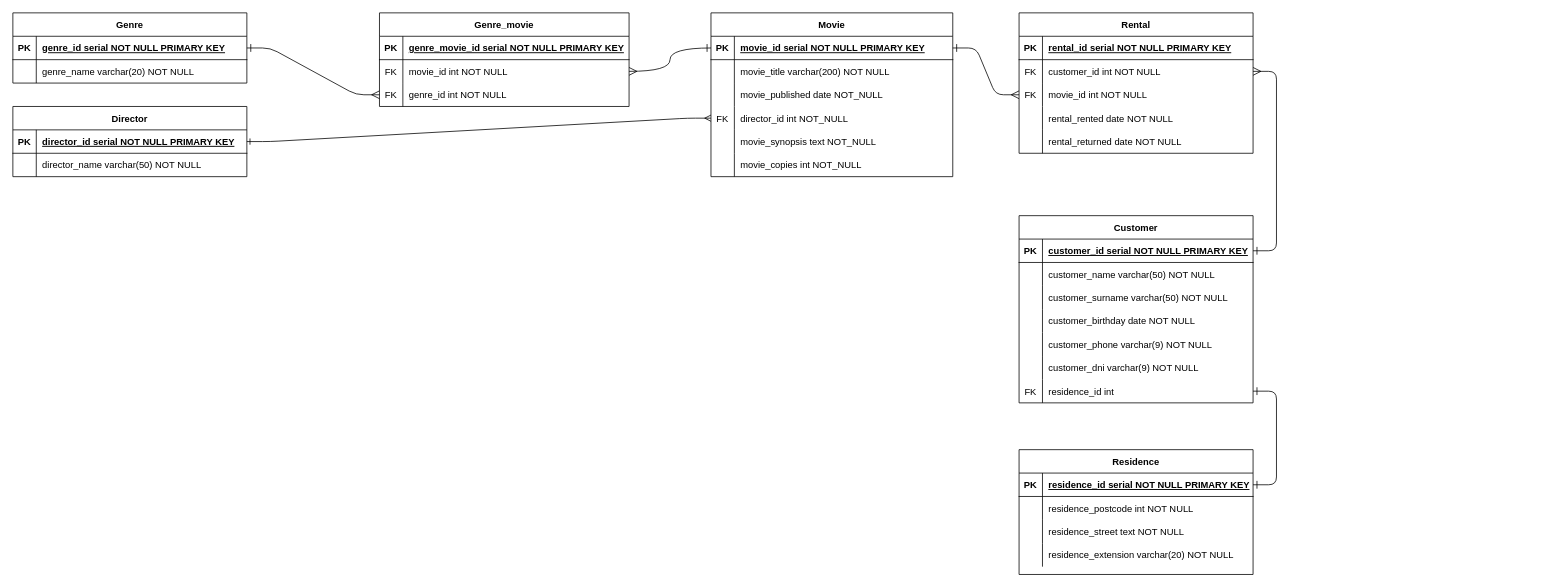
Above: Videoclub.drawio in DEVgotti/sql-practica (draw.io), before the change. Source tidied: cells renumbered, new cells numbered last; positions are measured from the earlier drawing's top-left corner, leaving out a move shared by most shapes. Both pictures are drawn from the tidied source at 78%, with x=0, y=0 at pixel (12, 12).
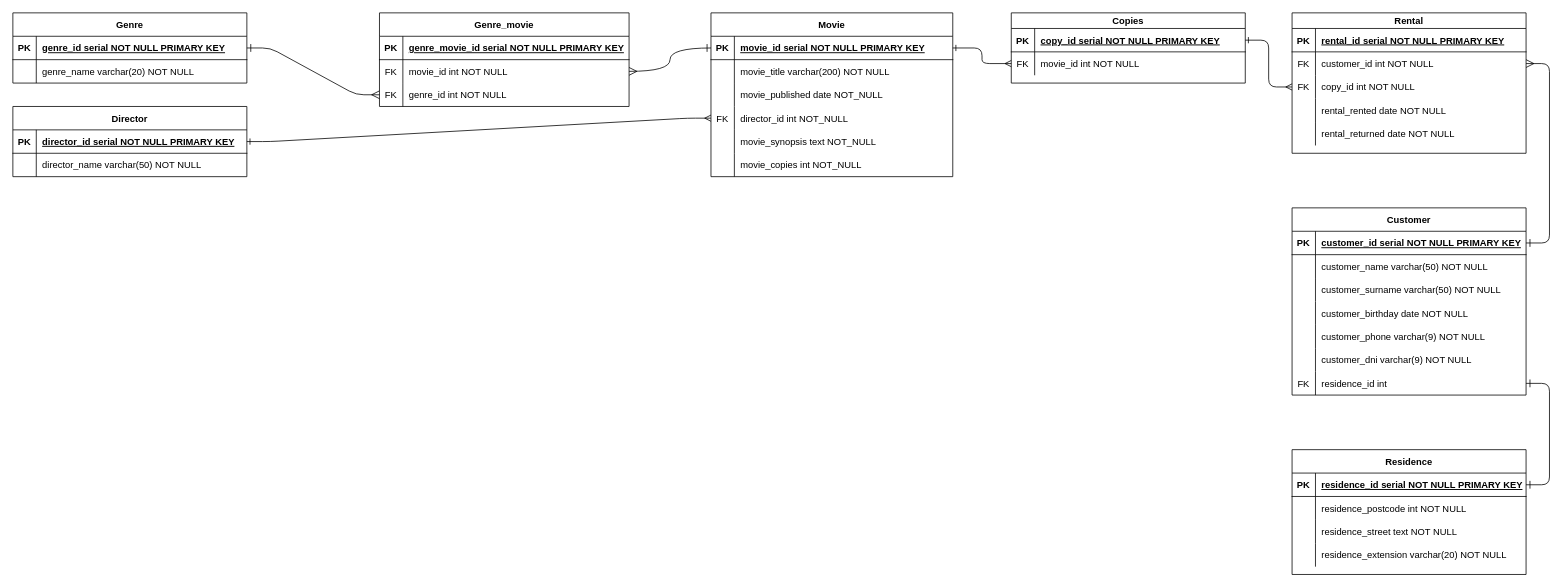
The same page after the edit.

Commit message (it also covers changes not shown here):
Videoclub actualizado

The change refers to these unchanged cells:
```xml
<mxCell id="3" style="shape=partialRectangle;fillColor=none;points=[[0,0.5],[1,0.5]];portConstraint=eastwest;top=0;left=0;right=0;bottom=1;" parent="2" vertex="1">
  <mxGeometry y="30" width="310" height="30" as="geometry" />
</mxCell>
```

Diff of the diagram source:
```diff
@@
-    <mxCell id="21" value="Rental" style="shape=table;startSize=30;childLayout=tableLayout;rowLines=0;fontStyle=1;align=center;" parent="1" vertex="1">
-      <mxGeometry x="1290" width="300" height="180" as="geometry" />
+    <mxCell id="21" value="Rental" style="shape=table;startSize=20;childLayout=tableLayout;rowLines=0;fontStyle=1;align=center;" parent="1" vertex="1">
+      <mxGeometry x="1640" width="300" height="180" as="geometry" />
     </mxCell>
     <mxCell id="22" style="shape=partialRectangle;fillColor=none;top=0;left=0;right=0;bottom=1;" parent="21" vertex="1">
-      <mxGeometry y="30" width="300" height="30" as="geometry" />
+      <mxGeometry y="20" width="300" height="30" as="geometry" />
     </mxCell>
@@
     <mxCell id="25" style="shape=partialRectangle;fillColor=none;points=[[0,0.5],[1,0.5]];portConstraint=eastwest;top=0;left=0;right=0;bottom=0;" parent="21" vertex="1">
-      <mxGeometry y="60" width="300" height="30" as="geometry" />
+      <mxGeometry y="50" width="300" height="30" as="geometry" />
     </mxCell>
@@
     <mxCell id="28" style="shape=partialRectangle;fillColor=none;points=[[0,0.5],[1,0.5]];portConstraint=eastwest;top=0;left=0;right=0;bottom=0;" parent="21" vertex="1">
-      <mxGeometry y="90" width="300" height="30" as="geometry" />
+      <mxGeometry y="80" width="300" height="30" as="geometry" />
     </mxCell>
@@
-    <mxCell id="30" value="movie_id int NOT NULL" style="shape=partialRectangle;overflow=hidden;fillColor=none;top=0;left=0;bottom=0;right=0;align=left;spacingLeft=6;" parent="28" vertex="1">
+    <mxCell id="30" value="copy_id int NOT NULL" style="shape=partialRectangle;overflow=hidden;fillColor=none;top=0;left=0;bottom=0;right=0;align=left;spacingLeft=6;" parent="28" vertex="1">
       <mxGeometry x="30" width="270" height="30" as="geometry" />
     </mxCell>
     <mxCell id="31" style="shape=partialRectangle;fillColor=none;top=0;left=0;right=0;bottom=0;" parent="21" vertex="1">
-      <mxGeometry y="120" width="300" height="30" as="geometry" />
+      <mxGeometry y="110" width="300" height="30" as="geometry" />
     </mxCell>
@@
     <mxCell id="34" style="shape=partialRectangle;fillColor=none;top=0;left=0;right=0;bottom=0;" parent="21" vertex="1">
-      <mxGeometry y="150" width="300" height="30" as="geometry" />
+      <mxGeometry y="140" width="300" height="30" as="geometry" />
     </mxCell>
@@
     <mxCell id="37" value="Customer" style="shape=table;startSize=30;childLayout=tableLayout;rowLines=0;fontStyle=1;align=center;" parent="1" vertex="1">
-      <mxGeometry x="1290" y="260" width="300" height="240" as="geometry" />
+      <mxGeometry x="1640" y="250" width="300" height="240" as="geometry" />
     </mxCell>
@@
     <mxCell id="59" value="Residence" style="shape=table;startSize=30;childLayout=tableLayout;rowLines=0;fontStyle=1;align=center;" parent="1" vertex="1">
-      <mxGeometry x="1290" y="560" width="300" height="160" as="geometry" />
+      <mxGeometry x="1640" y="560" width="300" height="160" as="geometry" />
     </mxCell>
@@
-    <mxCell id="74" style="edgeStyle=entityRelationEdgeStyle;rounded=1;jettySize=auto;html=1;exitX=1;exitY=0.5;exitDx=0;exitDy=0;fontSize=12;startSize=8;endSize=8;curved=0;startArrow=ERone;startFill=0;endArrow=ERmany;endFill=0;" parent="1" edge="1" source="3" target="28">
-      <mxGeometry relative="1" as="geometry" />
-    </mxCell>
@@
+    <mxCell id="102" value="Copies" style="shape=table;startSize=20;childLayout=tableLayout;rowLines=0;fontStyle=1;align=center;" parent="1" vertex="1">
+      <mxGeometry x="1280" width="300" height="90" as="geometry" />
+    </mxCell>
+    <mxCell id="103" style="shape=partialRectangle;fillColor=none;points=[[0,0.5],[1,0.5]];portConstraint=eastwest;top=0;left=0;right=0;bottom=1;" parent="102" vertex="1">
+      <mxGeometry y="20" width="300" height="30" as="geometry" />
+    </mxCell>
+    <mxCell id="104" value="PK" style="shape=partialRectangle;overflow=hidden;fillColor=none;top=0;left=0;bottom=0;right=0;fontStyle=1;" parent="103" vertex="1">
+      <mxGeometry width="30" height="30" as="geometry" />
+    </mxCell>
+    <mxCell id="105" value="copy_id serial NOT NULL PRIMARY KEY" style="shape=partialRectangle;overflow=hidden;fillColor=none;top=0;left=0;bottom=0;right=0;align=left;spacingLeft=6;fontStyle=5;" parent="103" vertex="1">
+      <mxGeometry x="30" width="270" height="30" as="geometry" />
+    </mxCell>
+    <mxCell id="106" style="shape=partialRectangle;fillColor=none;points=[[0,0.5],[1,0.5]];portConstraint=eastwest;top=0;left=0;right=0;bottom=0;" parent="102" vertex="1">
+      <mxGeometry y="50" width="300" height="30" as="geometry" />
+    </mxCell>
+    <mxCell id="107" value="FK" style="shape=partialRectangle;overflow=hidden;fillColor=none;top=0;left=0;bottom=0;right=0;" parent="106" vertex="1">
+      <mxGeometry width="30" height="30" as="geometry" />
+    </mxCell>
+    <mxCell id="108" value="movie_id int NOT NULL" style="shape=partialRectangle;overflow=hidden;fillColor=none;top=0;left=0;bottom=0;right=0;align=left;spacingLeft=6;" parent="106" vertex="1">
+      <mxGeometry x="30" width="270" height="30" as="geometry" />
+    </mxCell>
+    <mxCell id="109" style="edgeStyle=orthogonalEdgeStyle;rounded=1;jettySize=auto;html=1;exitX=1;exitY=0.5;exitDx=0;exitDy=0;entryX=0;entryY=0.5;entryDx=0;entryDy=0;startArrow=ERone;startFill=0;endArrow=ERmany;endFill=0;curved=0;" parent="1" edge="1" source="3" target="106">
+      <mxGeometry relative="1" as="geometry" />
+    </mxCell>
+    <mxCell id="110" style="edgeStyle=orthogonalEdgeStyle;rounded=1;jettySize=auto;html=1;exitX=1;exitY=0.5;exitDx=0;exitDy=0;entryX=0;entryY=0.5;entryDx=0;entryDy=0;startArrow=ERone;startFill=0;endArrow=ERmany;endFill=0;curved=0;" parent="1" edge="1" source="103" target="28">
+      <mxGeometry relative="1" as="geometry" />
+    </mxCell>
```
